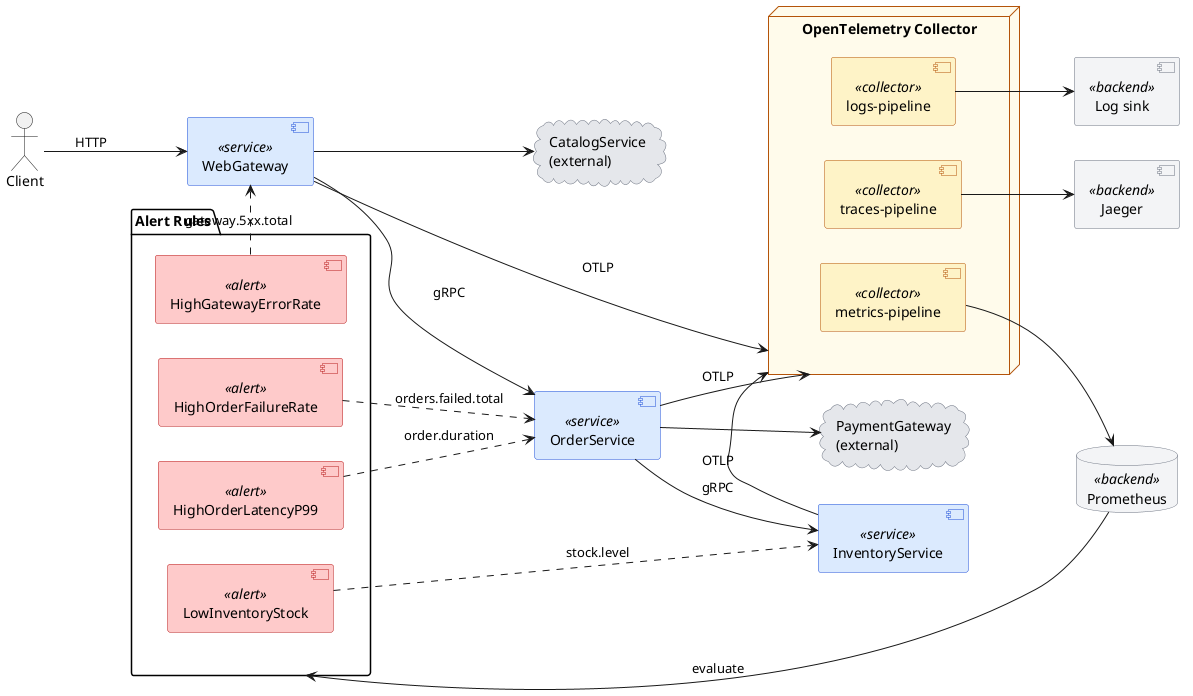
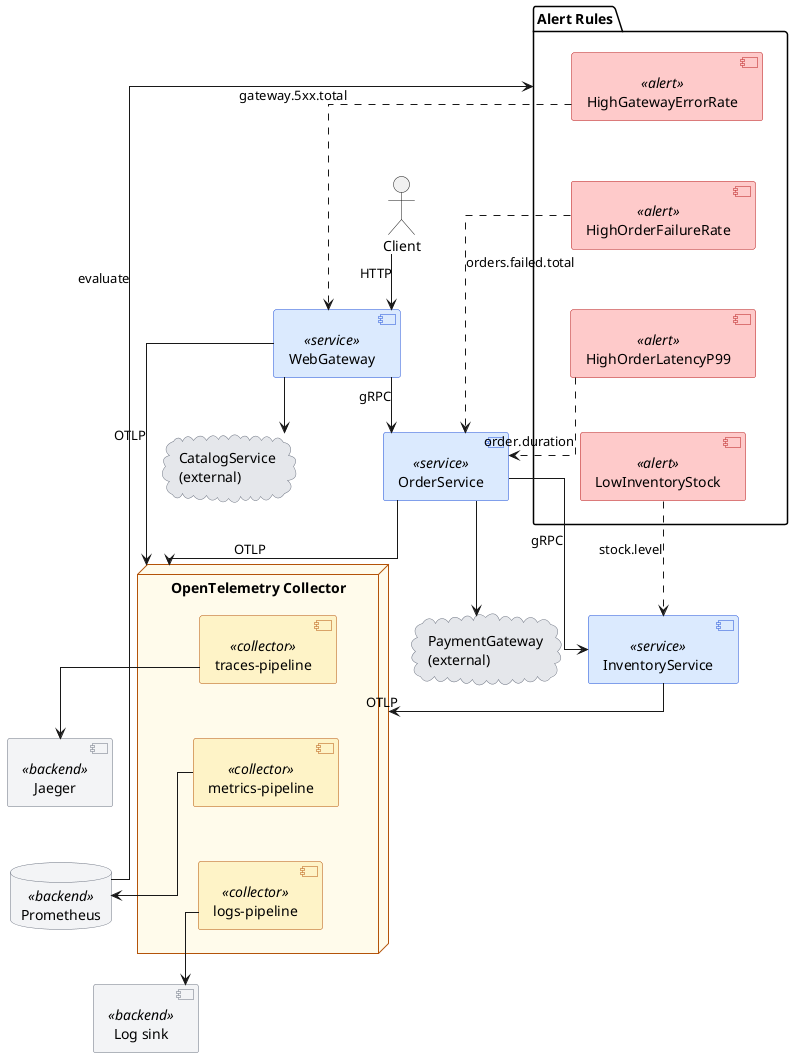
@startuml ECommerce
- left to right direction
+ top to bottom direction
skinparam componentStyle uml2
skinparam shadowing false
+ skinparam nodesep 30
+ skinparam ranksep 55
+ skinparam linetype ortho
skinparam component {
    BackgroundColor<<service>>    #DBEAFE
    BorderColor<<service>>        #1D4ED8
    BackgroundColor<<collector>>  #FEF3C7
    BorderColor<<collector>>      #B45309
    BackgroundColor<<backend>>    #F3F4F6
    BorderColor<<backend>>        #6B7280
    BackgroundColor<<alert>>      #FECACA
    BorderColor<<alert>>          #B91C1C
}
skinparam node {
    BackgroundColor              #FFFBEB
    BorderColor                  #B45309
}
skinparam cloud {
    BackgroundColor              #E5E7EB
    BorderColor                  #6B7280
}
skinparam database {
    BackgroundColor              #F3F4F6
    BorderColor                  #6B7280
}

actor Client

component "WebGateway"       as WG <<service>>
component "OrderService"     as OS <<service>>
component "InventoryService" as IS <<service>>

cloud "CatalogService\n(external)" as CS
cloud "PaymentGateway\n(external)" as PG

Client --> WG : HTTP
WG     --> OS : gRPC
+ OS     --> IS : gRPC
WG     --> CS
- OS     --> IS : gRPC
OS     --> PG
+ 
+ WG -[hidden]right- CS
+ OS -[hidden]right- PG

node "OpenTelemetry Collector" as COL {
    component "traces-pipeline"  as TP <<collector>>
    component "metrics-pipeline" as MP <<collector>>
    component "logs-pipeline"    as LP <<collector>>
+     TP -[hidden]down- MP
+     MP -[hidden]down- LP
}

- WG -down-> COL : OTLP
- OS -down-> COL : OTLP
- IS -down-> COL : OTLP
+ WG --> COL : OTLP
+ OS --> COL : OTLP
+ IS --> COL : OTLP

component "Jaeger"     as J <<backend>>
database  "Prometheus" as P <<backend>>
component "Log sink"   as L <<backend>>

TP --> J
MP --> P
LP --> L

+ J -[hidden]down- P
+ P -[hidden]down- L
+ 
package "Alert Rules" as AR {
    component "HighGatewayErrorRate" as A1 <<alert>>
    component "HighOrderFailureRate" as A2 <<alert>>
    component "HighOrderLatencyP99"  as A3 <<alert>>
    component "LowInventoryStock"    as A4 <<alert>>
+     A1 -[hidden]down- A2
+     A2 -[hidden]down- A3
+     A3 -[hidden]down- A4
}

P --> AR : evaluate
A1 ..> WG : gateway.5xx.total
A2 ..> OS : orders.failed.total
A3 ..> OS : order.duration
A4 ..> IS : stock.level
@enduml
